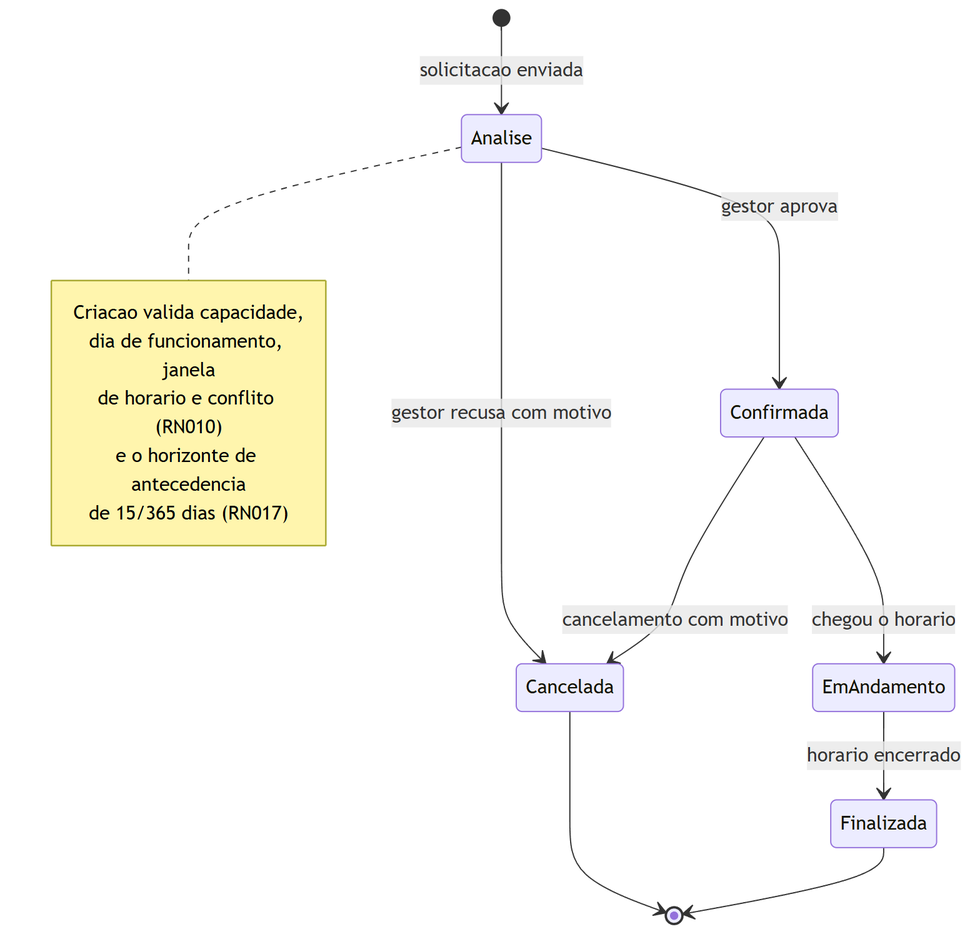
Earlier version of the Mermaid export docs/diagramas/png/estado-reserva.png (bebberjoao/RoosterOneBackend). Its source is kept beside it as docs/diagramas/src/estado-reserva.mmd. Source of this version:
```mermaid
stateDiagram-v2
  [*] --> Analise : solicitacao enviada
  Analise --> Confirmada : gestor aprova
  Analise --> Cancelada : gestor recusa com motivo
  Confirmada --> EmAndamento : chegou o horario
  Confirmada --> Cancelada : cancelamento com motivo
  EmAndamento --> Finalizada : horario encerrado
  Cancelada --> [*]
  Finalizada --> [*]

  note right of Analise
    Criacao valida capacidade,
    dia de funcionamento, janela
    de horario e conflito (RN010)
    e o horizonte de antecedencia
    de 15/365 dias (RN017)
  end note
```
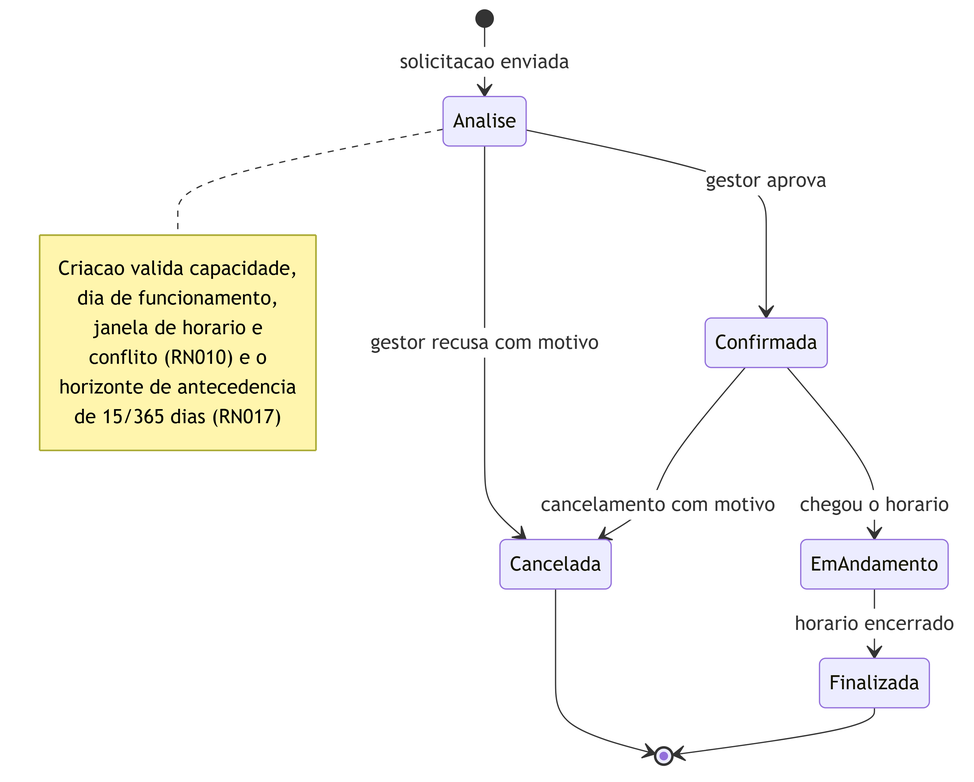
Above is the later version.

Change to the diagram source:
```diff
@@ -1,3 +1,4 @@
+%%{init: {"state":{"nodeSpacing":28,"rankSpacing":32,"padding":6}}}%%
 stateDiagram-v2
   [*] --> Analise : solicitacao enviada
   Analise --> Confirmada : gestor aprova
@@ -10,8 +11,9 @@
 
   note right of Analise
     Criacao valida capacidade,
-    dia de funcionamento, janela
-    de horario e conflito (RN010)
-    e o horizonte de antecedencia
+    dia de funcionamento,
+    janela de horario e
+    conflito (RN010) e o
+    horizonte de antecedencia
     de 15/365 dias (RN017)
   end note
```
